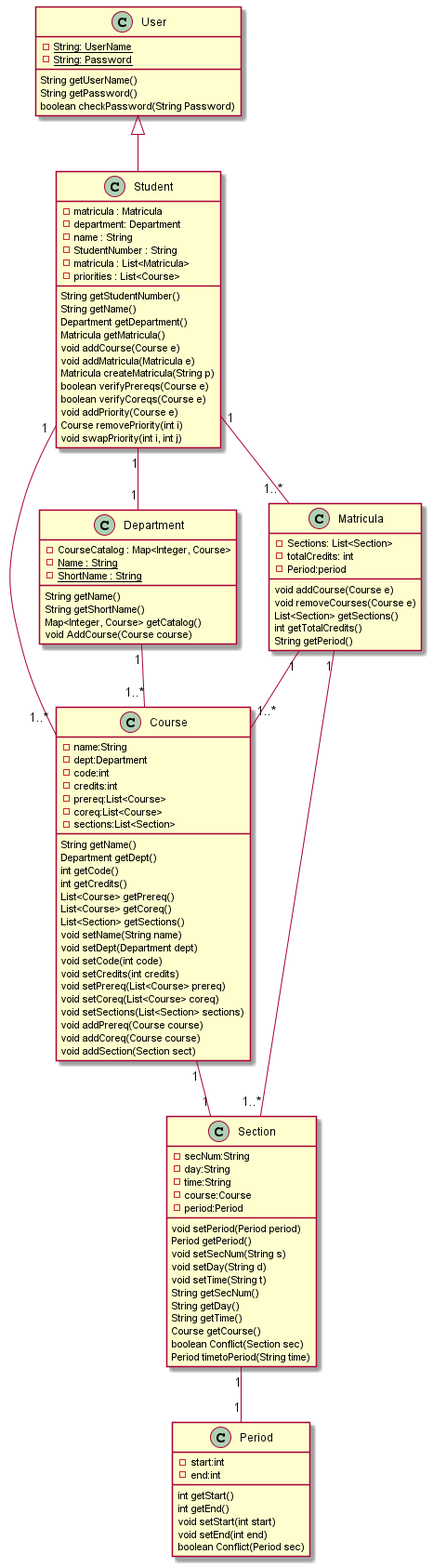
Before: out/front-end/src/classDiagram/classDiagram.png, a diagram exported from PlantUML (uprm-inso-4101-2020-2021-S1/semester-project-almond-software-llc).
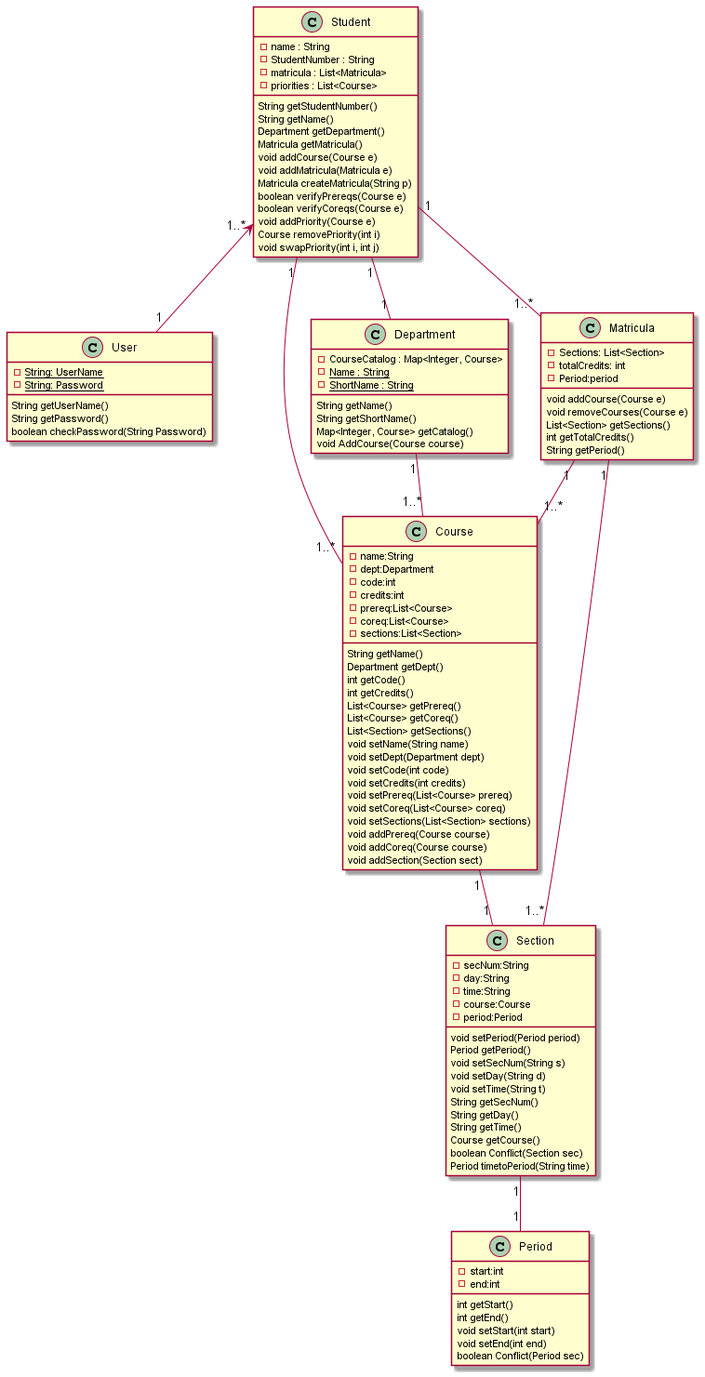
Later version of the same file.

Diff of the diagram source:
```diff
@@ -1,4 +1,5 @@
 @startuml classDiagram
+Student "1..*" <-- "1" User
 Student "1" -- "1..*" Matricula
 Student "1" -- "1..*" Course
 Student "1" -- "1" Department
@@ -16,9 +17,7 @@
     boolean checkPassword(String Password)
 
 }
-Class Student extends User{
-    -matricula : Matricula
-    -department: Department
+Class Student{
     -name : String
     -StudentNumber : String
     -matricula : List<Matricula>
```
